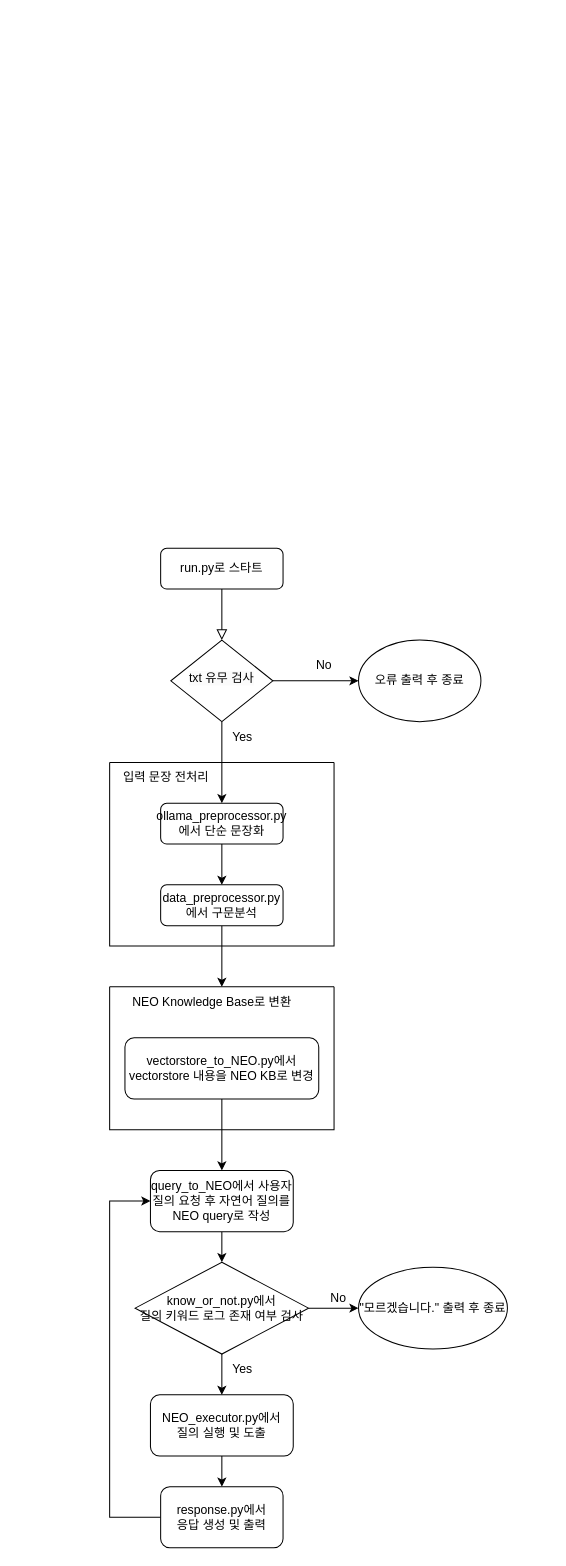
NangManCatDev/KnowOrNot keeps this draw.io diagram as flowchart/flowchart.drawio. Above is the earlier version. Source tidied: cells renumbered, new cells numbered last; positions are measured from the earlier drawing's top-left corner, leaving out a move shared by most shapes. Both pictures are drawn from the tidied source at 102%, with x=0, y=0 at pixel (109, 548).
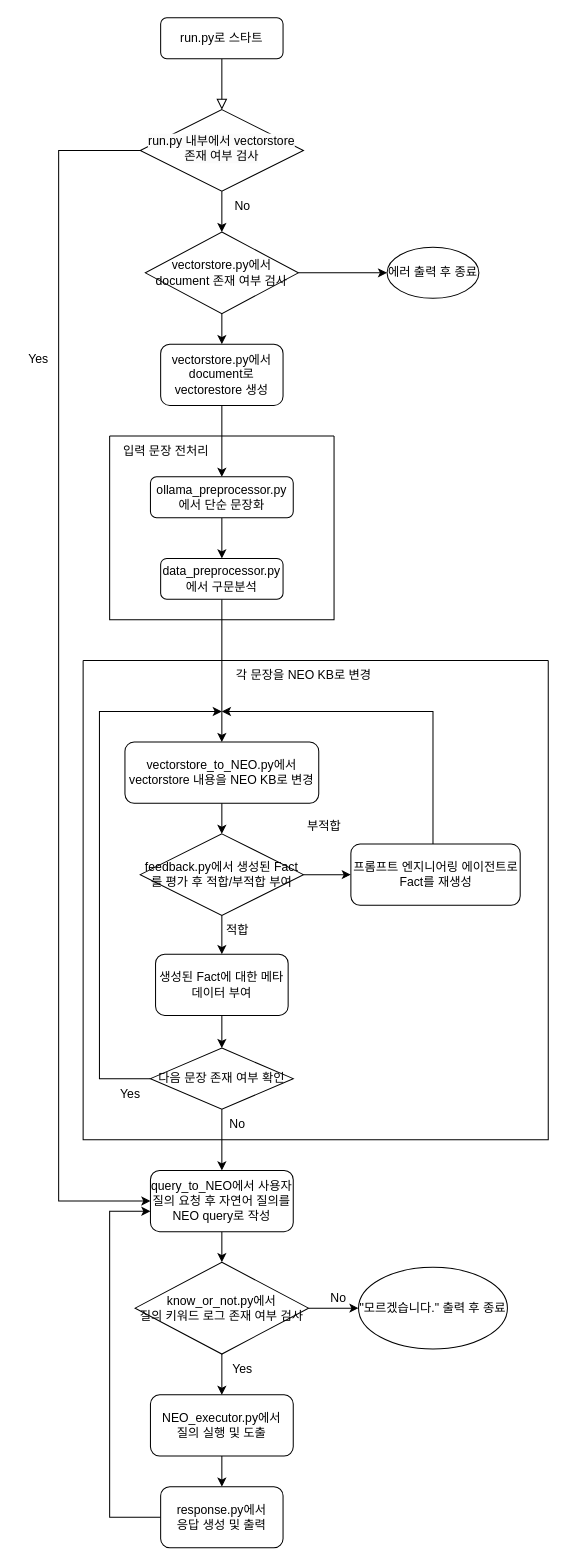
After the change.

Unchanged cells that the change refers to:
```xml
<mxCell id="11" value="query_to_NEO에서 사용자 질의 요청 후 자연어 질의를 NEO query로 작성" style="rounded=1;whiteSpace=wrap;html=1;" parent="1" vertex="1">
  <mxGeometry x="40" y="610" width="140" height="60" as="geometry" />
</mxCell>
<mxCell id="17" value="data_preprocessor.py에서 구문분석" style="rounded=1;whiteSpace=wrap;html=1;fontSize=12;glass=0;strokeWidth=1;shadow=0;" parent="15" vertex="1">
  <mxGeometry x="50" y="120" width="120" height="40" as="geometry" />
</mxCell>
<mxCell id="18" style="swimlane;startSize=0;" parent="15" vertex="1">
  <mxGeometry width="220" height="180" as="geometry" />
</mxCell>
<mxCell id="32" value="response.py에서&lt;div&gt;응답 생성 및 출력&lt;/div&gt;" style="rounded=1;whiteSpace=wrap;html=1;" parent="1" vertex="1">
  <mxGeometry x="50" y="920" width="120" height="60" as="geometry" />
</mxCell>
```

Diff of the diagram source:
```diff
@@
     <mxCell id="3" value="run.py로 스타트" style="rounded=1;whiteSpace=wrap;html=1;fontSize=12;glass=0;strokeWidth=1;shadow=0;" parent="1" vertex="1">
-      <mxGeometry x="50" width="120" height="40" as="geometry" />
+      <mxGeometry x="50" y="-520" width="120" height="40" as="geometry" />
     </mxCell>
-    <mxCell id="4" style="edgeStyle=orthogonalEdgeStyle;rounded=0;jettySize=auto;html=1;exitX=1;exitY=0.5;exitDx=0;exitDy=0;entryX=0;entryY=0.5;entryDx=0;entryDy=0;" parent="1" edge="1" source="7" target="5">
-      <mxGeometry relative="1" as="geometry" />
-    </mxCell>
-    <mxCell id="5" value="오류 출력 후 종료" style="ellipse;whiteSpace=wrap;html=1;" parent="1" vertex="1">
-      <mxGeometry x="244" y="90" width="120" height="80" as="geometry" />
-    </mxCell>
-    <mxCell id="6" style="edgeStyle=orthogonalEdgeStyle;rounded=0;jettySize=auto;html=1;exitX=0.5;exitY=1;exitDx=0;exitDy=0;entryX=0.5;entryY=0;entryDx=0;entryDy=0;" parent="1" edge="1" source="7" target="20">
+    <mxCell id="6" style="edgeStyle=orthogonalEdgeStyle;rounded=0;jettySize=auto;html=1;exitX=0.5;exitY=1;exitDx=0;exitDy=0;entryX=0.5;entryY=0;entryDx=0;entryDy=0;" parent="1" edge="1" source="7" target="48">
       <mxGeometry relative="1" as="geometry" />
     </mxCell>
+    <mxCell id="33" style="edgeStyle=orthogonalEdgeStyle;rounded=0;jettySize=auto;html=1;entryX=0;entryY=0.5;entryDx=0;entryDy=0;" parent="1" edge="1" source="7" target="11">
+      <mxGeometry relative="1" as="geometry">
+        <Array as="points">
+          <mxPoint x="-50" y="-390" />
+          <mxPoint x="-50" y="640" />
+          <mxPoint x="40" y="640" />
+        </Array>
+      </mxGeometry>
+    </mxCell>
-    <mxCell id="7" value="&lt;span style=&quot;color: rgb(0, 0, 0); font-family: Helvetica; font-size: 12px; font-style: normal; font-variant-ligatures: normal; font-variant-caps: normal; font-weight: 400; letter-spacing: normal; orphans: 2; text-align: center; text-indent: 0px; text-transform: none; widows: 2; word-spacing: 0px; -webkit-text-stroke-width: 0px; white-space: normal; background-color: rgb(251, 251, 251); text-decoration-thickness: initial; text-decoration-style: initial; text-decoration-color: initial; display: inline !important; float: none;&quot;&gt;txt 유무 검사&lt;/span&gt;" style="rhombus;whiteSpace=wrap;html=1;shadow=0;fontFamily=Helvetica;fontSize=12;align=center;strokeWidth=1;spacing=6;spacingTop=-4;" parent="1" vertex="1">
-      <mxGeometry x="60" y="90" width="100" height="80" as="geometry" />
+    <mxCell id="7" value="&lt;span style=&quot;color: rgb(0, 0, 0); font-family: Helvetica; font-size: 12px; font-style: normal; font-variant-ligatures: normal; font-variant-caps: normal; font-weight: 400; letter-spacing: normal; orphans: 2; text-align: center; text-indent: 0px; text-transform: none; widows: 2; word-spacing: 0px; -webkit-text-stroke-width: 0px; white-space: normal; background-color: rgb(251, 251, 251); text-decoration-thickness: initial; text-decoration-style: initial; text-decoration-color: initial; float: none; display: inline !important;&quot;&gt;run.py 내부에서 vectorstore 존재 여부 검사&lt;/span&gt;" style="rhombus;whiteSpace=wrap;html=1;shadow=0;fontFamily=Helvetica;fontSize=12;align=center;strokeWidth=1;spacing=6;spacingTop=-4;" parent="1" vertex="1">
+      <mxGeometry x="30" y="-430" width="160" height="80" as="geometry" />
     </mxCell>
-    <mxCell id="8" value="Yes" style="text;html=1;align=center;verticalAlign=middle;strokeColor=none;fillColor=none;" parent="1" vertex="1">
-      <mxGeometry x="110" y="170" width="40" height="30" as="geometry" />
+    <mxCell id="8" value="No" style="text;html=1;align=center;verticalAlign=middle;strokeColor=none;fillColor=none;" parent="1" vertex="1">
+      <mxGeometry x="110" y="-350" width="40" height="30" as="geometry" />
     </mxCell>
-    <mxCell id="9" style="edgeStyle=orthogonalEdgeStyle;rounded=0;jettySize=auto;html=1;" parent="1" edge="1" source="17">
-      <mxGeometry relative="1" as="geometry">
-        <mxPoint x="110" y="430" as="targetPoint" />
-      </mxGeometry>
+    <mxCell id="9" style="edgeStyle=orthogonalEdgeStyle;rounded=0;jettySize=auto;html=1;entryX=0.5;entryY=0;entryDx=0;entryDy=0;" parent="1" edge="1" source="17" target="23">
+      <mxGeometry relative="1" as="geometry" />
     </mxCell>
@@
-    <mxCell id="14" value="No" style="text;html=1;align=center;verticalAlign=middle;strokeColor=none;fillColor=none;" parent="1" vertex="1">
-      <mxGeometry x="190" y="100" width="40" height="30" as="geometry" />
+    <mxCell id="14" value="Yes" style="text;html=1;align=center;verticalAlign=middle;strokeColor=none;fillColor=none;" parent="1" vertex="1">
+      <mxGeometry x="-90" y="-200" width="40" height="30" as="geometry" />
     </mxCell>
     <mxCell id="15" style="group;" parent="1" vertex="1">
-      <mxGeometry y="210" width="220" height="180" as="geometry" />
+      <mxGeometry y="-110" width="220" height="180" as="geometry" />
     </mxCell>
@@
     <mxCell id="20" value="ollama_preprocessor.py에서 단순 문장화" style="rounded=1;whiteSpace=wrap;html=1;fontSize=12;glass=0;strokeWidth=1;shadow=0;" parent="18" vertex="1">
-      <mxGeometry x="50" y="40" width="120" height="40" as="geometry" />
+      <mxGeometry x="40" y="40" width="140" height="40" as="geometry" />
     </mxCell>
     <mxCell id="21" style="swimlane;startSize=0;" parent="1" vertex="1">
-      <mxGeometry y="430" width="220" height="140" as="geometry" />
+      <mxGeometry x="-26" y="110" width="456" height="470" as="geometry" />
     </mxCell>
-    <mxCell id="22" value="NEO Knowledge Base로 변환" style="text;html=1;align=center;verticalAlign=middle;strokeColor=none;fillColor=none;" parent="21" vertex="1">
-      <mxGeometry x="10" width="180" height="30" as="geometry" />
-    </mxCell>
     <mxCell id="23" value="vectorstore_to_NEO.py에서 vectorstore 내용을 NEO KB로 변경" style="rounded=1;whiteSpace=wrap;html=1;" parent="21" vertex="1">
-      <mxGeometry x="15" y="50" width="190" height="60" as="geometry" />
+      <mxGeometry x="41" y="80" width="190" height="60" as="geometry" />
     </mxCell>
+    <mxCell id="34" value="feedback.py에서 생성된 Fact를 평가 후 적합/부적합 부여" style="rhombus;whiteSpace=wrap;html=1;" parent="21" vertex="1">
+      <mxGeometry x="56" y="170" width="160" height="80" as="geometry" />
+    </mxCell>
+    <mxCell id="35" value="생성된 Fact에 대한 메타데이터 부여" style="rounded=1;whiteSpace=wrap;html=1;" parent="21" vertex="1">
+      <mxGeometry x="71" y="288" width="130" height="60" as="geometry" />
+    </mxCell>
+    <mxCell id="36" value="프롬프트 엔지니어링 에이전트로 Fact를 재생성" style="rounded=1;whiteSpace=wrap;html=1;" parent="21" vertex="1">
+      <mxGeometry x="262.5" y="180" width="166" height="60" as="geometry" />
+    </mxCell>
-    <mxCell id="24" style="edgeStyle=orthogonalEdgeStyle;rounded=0;jettySize=auto;html=1;entryX=0.5;entryY=0;entryDx=0;entryDy=0;" parent="1" edge="1" source="23" target="11">
+    <mxCell id="24" style="edgeStyle=orthogonalEdgeStyle;rounded=0;jettySize=auto;html=1;entryX=0.5;entryY=0;entryDx=0;entryDy=0;" parent="21" edge="1" source="23" target="34">
       <mxGeometry relative="1" as="geometry" />
     </mxCell>
+    <mxCell id="37" style="edgeStyle=orthogonalEdgeStyle;rounded=0;jettySize=auto;html=1;" parent="21" edge="1" source="34" target="35">
+      <mxGeometry relative="1" as="geometry" />
+    </mxCell>
+    <mxCell id="38" style="edgeStyle=orthogonalEdgeStyle;rounded=0;jettySize=auto;html=1;" parent="21" edge="1" source="34" target="36">
+      <mxGeometry relative="1" as="geometry" />
+    </mxCell>
+    <mxCell id="39" value="적합" style="text;html=1;align=center;verticalAlign=middle;strokeColor=none;fillColor=none;" parent="21" vertex="1">
+      <mxGeometry x="126" y="250" width="50" height="30" as="geometry" />
+    </mxCell>
+    <mxCell id="40" value="각 문장을 NEO KB로 변경" style="text;html=1;align=center;verticalAlign=middle;strokeColor=none;fillColor=none;" parent="21" vertex="1">
+      <mxGeometry x="136" width="160" height="30" as="geometry" />
+    </mxCell>
+    <mxCell id="41" style="edgeStyle=orthogonalEdgeStyle;rounded=0;jettySize=auto;html=1;" parent="21" edge="1" source="42">
+      <mxGeometry relative="1" as="geometry">
+        <mxPoint x="136" y="50" as="targetPoint" />
+        <Array as="points">
+          <mxPoint x="16" y="410" />
+          <mxPoint x="16" y="50" />
+          <mxPoint x="136" y="50" />
+        </Array>
+      </mxGeometry>
+    </mxCell>
+    <mxCell id="42" value="다음 문장 존재 여부 확인" style="rhombus;whiteSpace=wrap;html=1;" parent="21" vertex="1">
+      <mxGeometry x="66" y="380" width="140" height="60" as="geometry" />
+    </mxCell>
+    <mxCell id="43" style="edgeStyle=orthogonalEdgeStyle;rounded=0;jettySize=auto;html=1;" parent="21" edge="1" source="35" target="42">
+      <mxGeometry relative="1" as="geometry" />
+    </mxCell>
+    <mxCell id="44" value="No" style="text;html=1;align=center;verticalAlign=middle;strokeColor=none;fillColor=none;" parent="21" vertex="1">
+      <mxGeometry x="131" y="440" width="40" height="30" as="geometry" />
+    </mxCell>
+    <mxCell id="45" value="Yes" style="text;html=1;align=center;verticalAlign=middle;strokeColor=none;fillColor=none;" parent="21" vertex="1">
+      <mxGeometry x="26" y="410" width="40" height="30" as="geometry" />
+    </mxCell>
@@
-    <mxCell id="31" style="edgeStyle=orthogonalEdgeStyle;rounded=0;jettySize=auto;html=1;entryX=0;entryY=0.5;entryDx=0;entryDy=0;" parent="1" edge="1" source="32" target="11">
+    <mxCell id="31" style="edgeStyle=orthogonalEdgeStyle;rounded=0;jettySize=auto;html=1;" parent="1" edge="1" source="32">
       <mxGeometry relative="1" as="geometry">
+        <mxPoint x="40" y="650" as="targetPoint" />
         <Array as="points">
           <mxPoint y="950" />
-          <mxPoint y="640" />
+          <mxPoint y="650" />
+          <mxPoint x="40" y="650" />
         </Array>
       </mxGeometry>
     </mxCell>
@@
+    <mxCell id="46" style="edgeStyle=orthogonalEdgeStyle;rounded=0;jettySize=auto;html=1;entryX=0.5;entryY=0;entryDx=0;entryDy=0;" parent="1" edge="1" source="48" target="51">
+      <mxGeometry relative="1" as="geometry" />
+    </mxCell>
+    <mxCell id="47" style="edgeStyle=orthogonalEdgeStyle;rounded=0;jettySize=auto;html=1;" parent="1" edge="1" source="48" target="49">
+      <mxGeometry relative="1" as="geometry" />
+    </mxCell>
+    <mxCell id="48" value="vectorstore.py에서 document 존재 여부 검사" style="rhombus;whiteSpace=wrap;html=1;" parent="1" vertex="1">
+      <mxGeometry x="35" y="-310" width="150" height="80" as="geometry" />
+    </mxCell>
+    <mxCell id="49" value="에러 출력 후 종료" style="ellipse;whiteSpace=wrap;html=1;" parent="1" vertex="1">
+      <mxGeometry x="272" y="-295" width="90" height="50" as="geometry" />
+    </mxCell>
+    <mxCell id="50" style="edgeStyle=orthogonalEdgeStyle;rounded=0;jettySize=auto;html=1;entryX=0.5;entryY=0;entryDx=0;entryDy=0;" parent="1" edge="1" source="51" target="20">
+      <mxGeometry relative="1" as="geometry" />
+    </mxCell>
+    <mxCell id="51" value="vectorstore.py에서 document로 vectorestore 생성" style="rounded=1;whiteSpace=wrap;html=1;" parent="1" vertex="1">
+      <mxGeometry x="50" y="-200" width="120" height="60" as="geometry" />
+    </mxCell>
+    <mxCell id="52" style="edgeStyle=orthogonalEdgeStyle;rounded=0;jettySize=auto;html=1;" parent="1" edge="1" source="36">
+      <mxGeometry relative="1" as="geometry">
+        <mxPoint x="110" y="160" as="targetPoint" />
+        <Array as="points">
+          <mxPoint x="317" y="160" />
+          <mxPoint x="110" y="160" />
+        </Array>
+      </mxGeometry>
+    </mxCell>
+    <mxCell id="53" value="부적합" style="text;html=1;align=center;verticalAlign=middle;strokeColor=none;fillColor=none;" parent="1" vertex="1">
+      <mxGeometry x="180" y="258" width="60" height="30" as="geometry" />
+    </mxCell>
+    <mxCell id="54" style="edgeStyle=orthogonalEdgeStyle;rounded=0;jettySize=auto;html=1;" parent="1" edge="1" source="42" target="11">
+      <mxGeometry relative="1" as="geometry" />
+    </mxCell>
```
